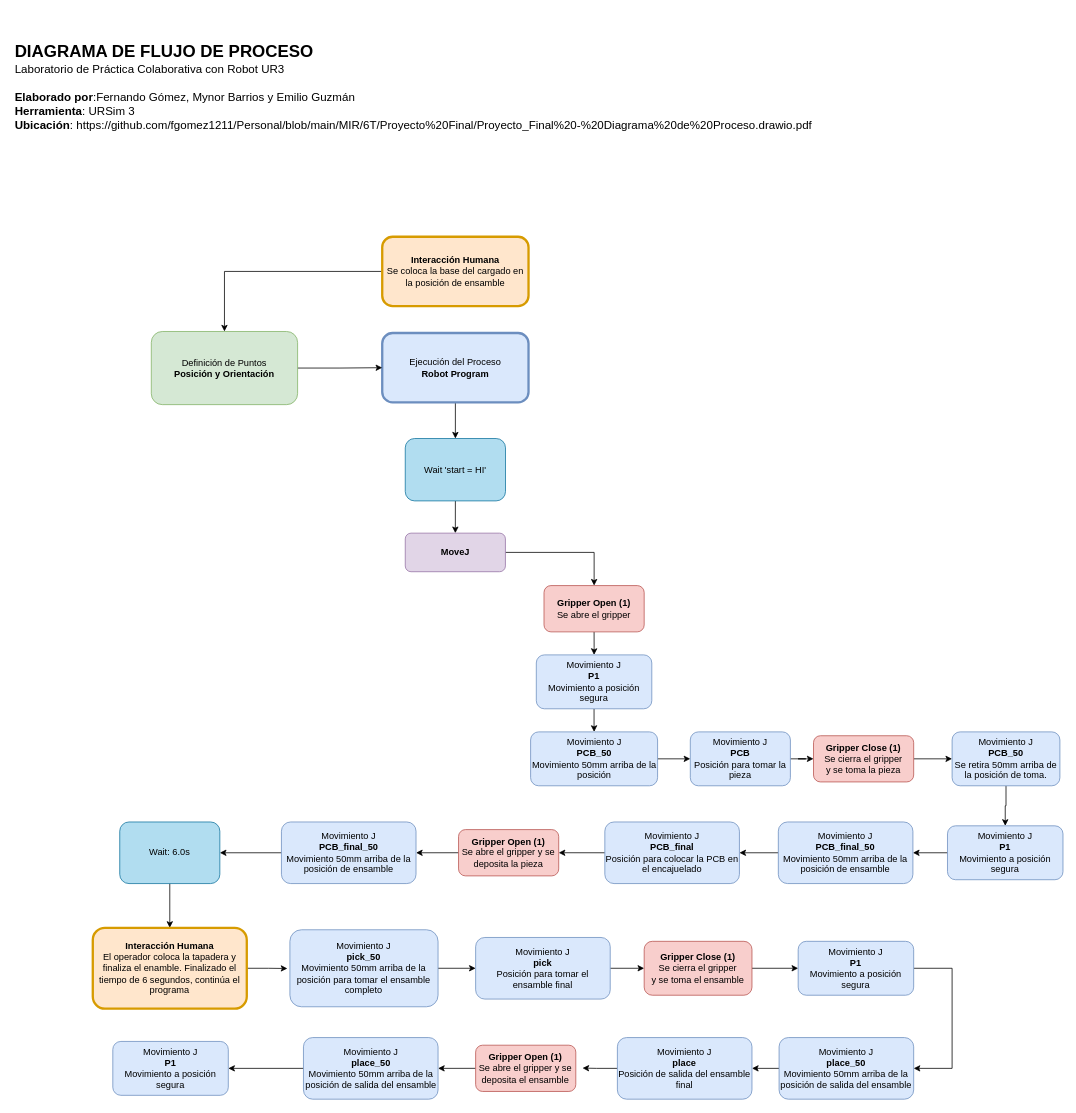
Earlier version of the draw.io diagram MIR/6T/Diagrama.drawio (fgomez1211/Personal). Source tidied: cells renumbered, new cells numbered last; positions are measured from the earlier drawing's top-left corner, leaving out a move shared by most shapes. Both pictures are drawn from the tidied source at 77%, with x=0, y=0 at pixel (13, 13).
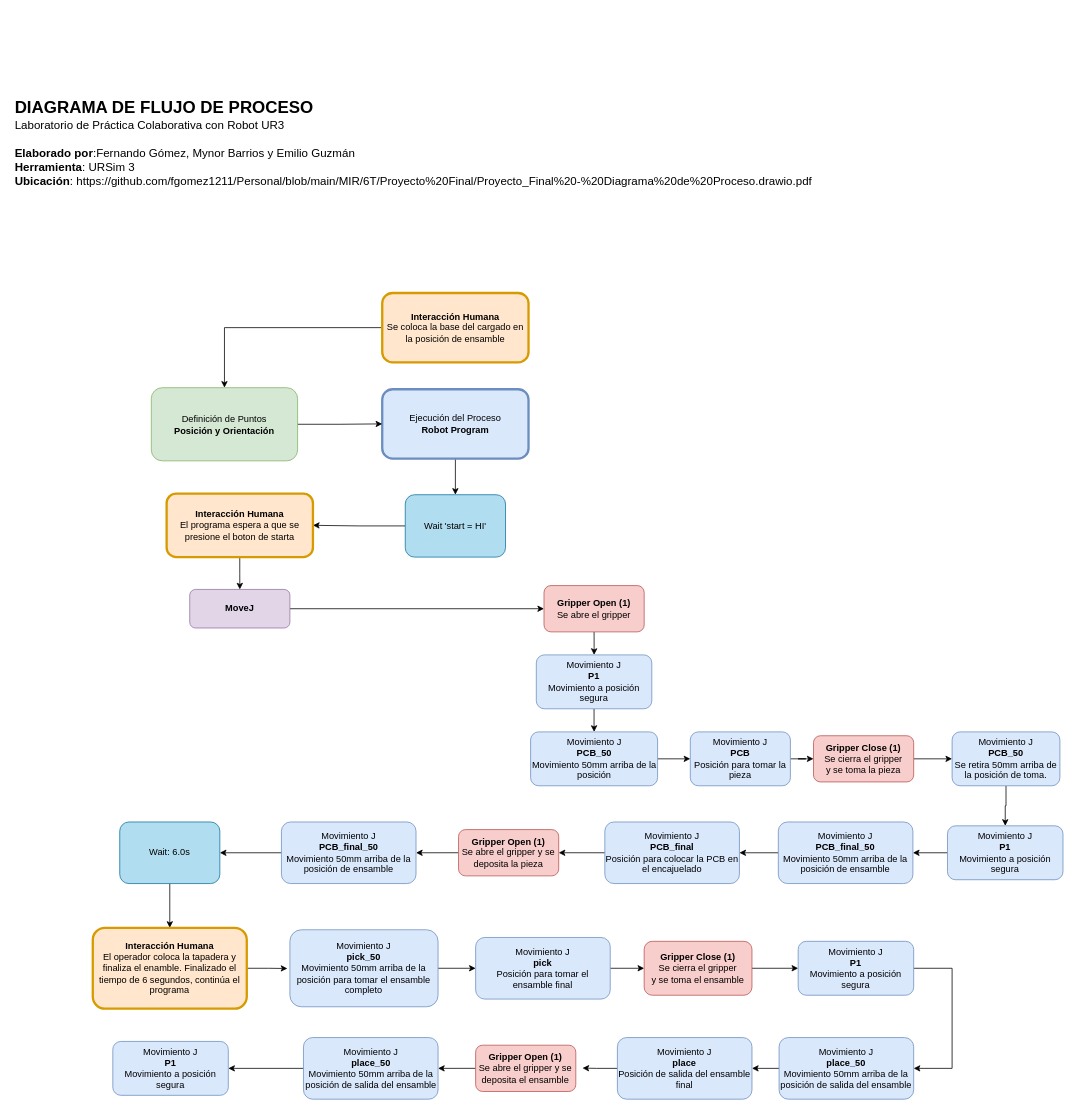
The same page after the edit.

The change refers to these unchanged cells:
```xml
<mxCell id="13" value="&lt;b&gt;Gripper Open (1)&lt;/b&gt;&lt;br&gt;Se abre el gripper" style="whiteSpace=wrap;html=1;rounded=1;glass=0;strokeWidth=1;shadow=0;fillColor=#f8cecc;strokeColor=#b85450;" parent="1" vertex="1">
  <mxGeometry x="689" y="743" width="130.1" height="60.1" as="geometry" />
</mxCell>
```

What changed in the source:
```diff
@@
     <mxCell id="3" value="Ejecución del Proceso&lt;br&gt;&lt;b&gt;Robot Program&lt;/b&gt;" style="whiteSpace=wrap;html=1;rounded=1;glass=0;strokeWidth=3;shadow=0;fillColor=#dae8fc;strokeColor=#6c8ebf;" parent="1" vertex="1">
-      <mxGeometry x="478.9" y="415" width="190" height="90" as="geometry" />
+      <mxGeometry x="478.9" y="488" width="190" height="90" as="geometry" />
     </mxCell>
-    <mxCell id="4" style="edgeStyle=orthogonalEdgeStyle;rounded=0;jettySize=auto;html=1;exitX=0.5;exitY=1;exitDx=0;exitDy=0;entryX=0.5;entryY=0;entryDx=0;entryDy=0;" parent="1" edge="1" source="5" target="7">
-      <mxGeometry relative="1" as="geometry" />
-    </mxCell>
+    <mxCell id="56" style="edgeStyle=orthogonalEdgeStyle;rounded=0;jettySize=auto;html=1;exitX=0;exitY=0.5;exitDx=0;exitDy=0;entryX=1;entryY=0.5;entryDx=0;entryDy=0;" parent="1" edge="1" source="5" target="58">
+      <mxGeometry relative="1" as="geometry" />
+    </mxCell>
     <mxCell id="5" value="Wait 'start = HI'" style="whiteSpace=wrap;html=1;rounded=1;glass=0;strokeWidth=1;shadow=0;fillColor=#b1ddf0;strokeColor=#10739e;" parent="1" vertex="1">
-      <mxGeometry x="508.8" y="552" width="130.2" height="81" as="geometry" />
+      <mxGeometry x="508.8" y="625" width="130.2" height="81" as="geometry" />
     </mxCell>
-    <mxCell id="6" style="edgeStyle=orthogonalEdgeStyle;rounded=0;jettySize=auto;html=1;" parent="1" edge="1" source="7" target="13">
+    <mxCell id="6" style="edgeStyle=orthogonalEdgeStyle;rounded=0;jettySize=auto;html=1;exitX=1;exitY=0.5;exitDx=0;exitDy=0;entryX=0;entryY=0.5;entryDx=0;entryDy=0;" parent="1" edge="1" source="7" target="13">
       <mxGeometry relative="1" as="geometry" />
     </mxCell>
     <mxCell id="7" value="&lt;b&gt;MoveJ&lt;/b&gt;" style="whiteSpace=wrap;html=1;rounded=1;glass=0;strokeWidth=1;shadow=0;fillColor=#e1d5e7;strokeColor=#9673a6;" parent="1" vertex="1">
-      <mxGeometry x="508.8" y="674.9" width="130.1" height="50.1" as="geometry" />
+      <mxGeometry x="228.9" y="748" width="130.1" height="50.1" as="geometry" />
     </mxCell>
@@
     <mxCell id="11" value="Definición de Puntos&lt;br&gt;&lt;b&gt;Posición y Orientación&lt;/b&gt;" style="whiteSpace=wrap;html=1;rounded=1;glass=0;strokeWidth=1;shadow=0;fillColor=#d5e8d4;strokeColor=#82b366;" parent="1" vertex="1">
-      <mxGeometry x="179" y="413" width="190" height="95" as="geometry" />
+      <mxGeometry x="179" y="486" width="190" height="95" as="geometry" />
     </mxCell>
@@
     <mxCell id="33" value="&lt;b&gt;Interacción Humana&lt;br&gt;&lt;/b&gt;Se coloca la base del cargado en la posición de ensamble" style="whiteSpace=wrap;html=1;rounded=1;glass=0;strokeWidth=3;shadow=0;fillColor=#ffe6cc;strokeColor=#d79b00;" parent="1" vertex="1">
-      <mxGeometry x="478.9" y="290" width="190" height="90" as="geometry" />
+      <mxGeometry x="478.9" y="363" width="190" height="90" as="geometry" />
     </mxCell>
@@
     <mxCell id="55" value="&lt;b style=&quot;font-size: 22px;&quot;&gt;DIAGRAMA DE FLUJO DE PROCESO&lt;br&gt;&lt;/b&gt;&lt;font style=&quot;font-size: 15px;&quot;&gt;Laboratorio de Práctica Colaborativa con Robot UR3&lt;br&gt;&lt;br&gt;&lt;span style=&quot;font-size: 15px;&quot;&gt;&lt;b&gt;Elaborado por&lt;/b&gt;:Fernando Gómez, Mynor Barrios y Emilio Guzmán&lt;/span&gt;&lt;br&gt;&lt;span style=&quot;font-size: 15px;&quot;&gt;&lt;b&gt;Herramienta&lt;/b&gt;: URSim 3&lt;/span&gt;&lt;br&gt;&lt;font style=&quot;font-size: 15px;&quot;&gt;&lt;b&gt;Ubicación&lt;/b&gt;:&amp;nbsp;https://github.com/fgomez1211/Personal/blob/main/MIR/6T/Proyecto%20Final/Proyecto_Final%20-%20Diagrama%20de%20Proceso.drawio.pdf&lt;/font&gt;&lt;br&gt;&lt;/font&gt;" style="text;html=1;strokeColor=none;fillColor=none;align=left;verticalAlign=middle;whiteSpace=wrap;rounded=0;" parent="1" vertex="1">
-      <mxGeometry width="1080" height="190" as="geometry" />
+      <mxGeometry y="73" width="1080" height="190" as="geometry" />
     </mxCell>
+    <mxCell id="57" style="edgeStyle=orthogonalEdgeStyle;rounded=0;jettySize=auto;html=1;exitX=0.5;exitY=1;exitDx=0;exitDy=0;entryX=0.5;entryY=0;entryDx=0;entryDy=0;" parent="1" edge="1" source="58" target="7">
+      <mxGeometry relative="1" as="geometry" />
+    </mxCell>
+    <mxCell id="58" value="&lt;b&gt;Interacción Humana&lt;br&gt;&lt;/b&gt;El programa espera a que se presione el boton de starta" style="whiteSpace=wrap;html=1;rounded=1;glass=0;strokeWidth=3;shadow=0;fillColor=#ffe6cc;strokeColor=#d79b00;" parent="1" vertex="1">
+      <mxGeometry x="198.9" y="623.5" width="190" height="82.5" as="geometry" />
+    </mxCell>
```
